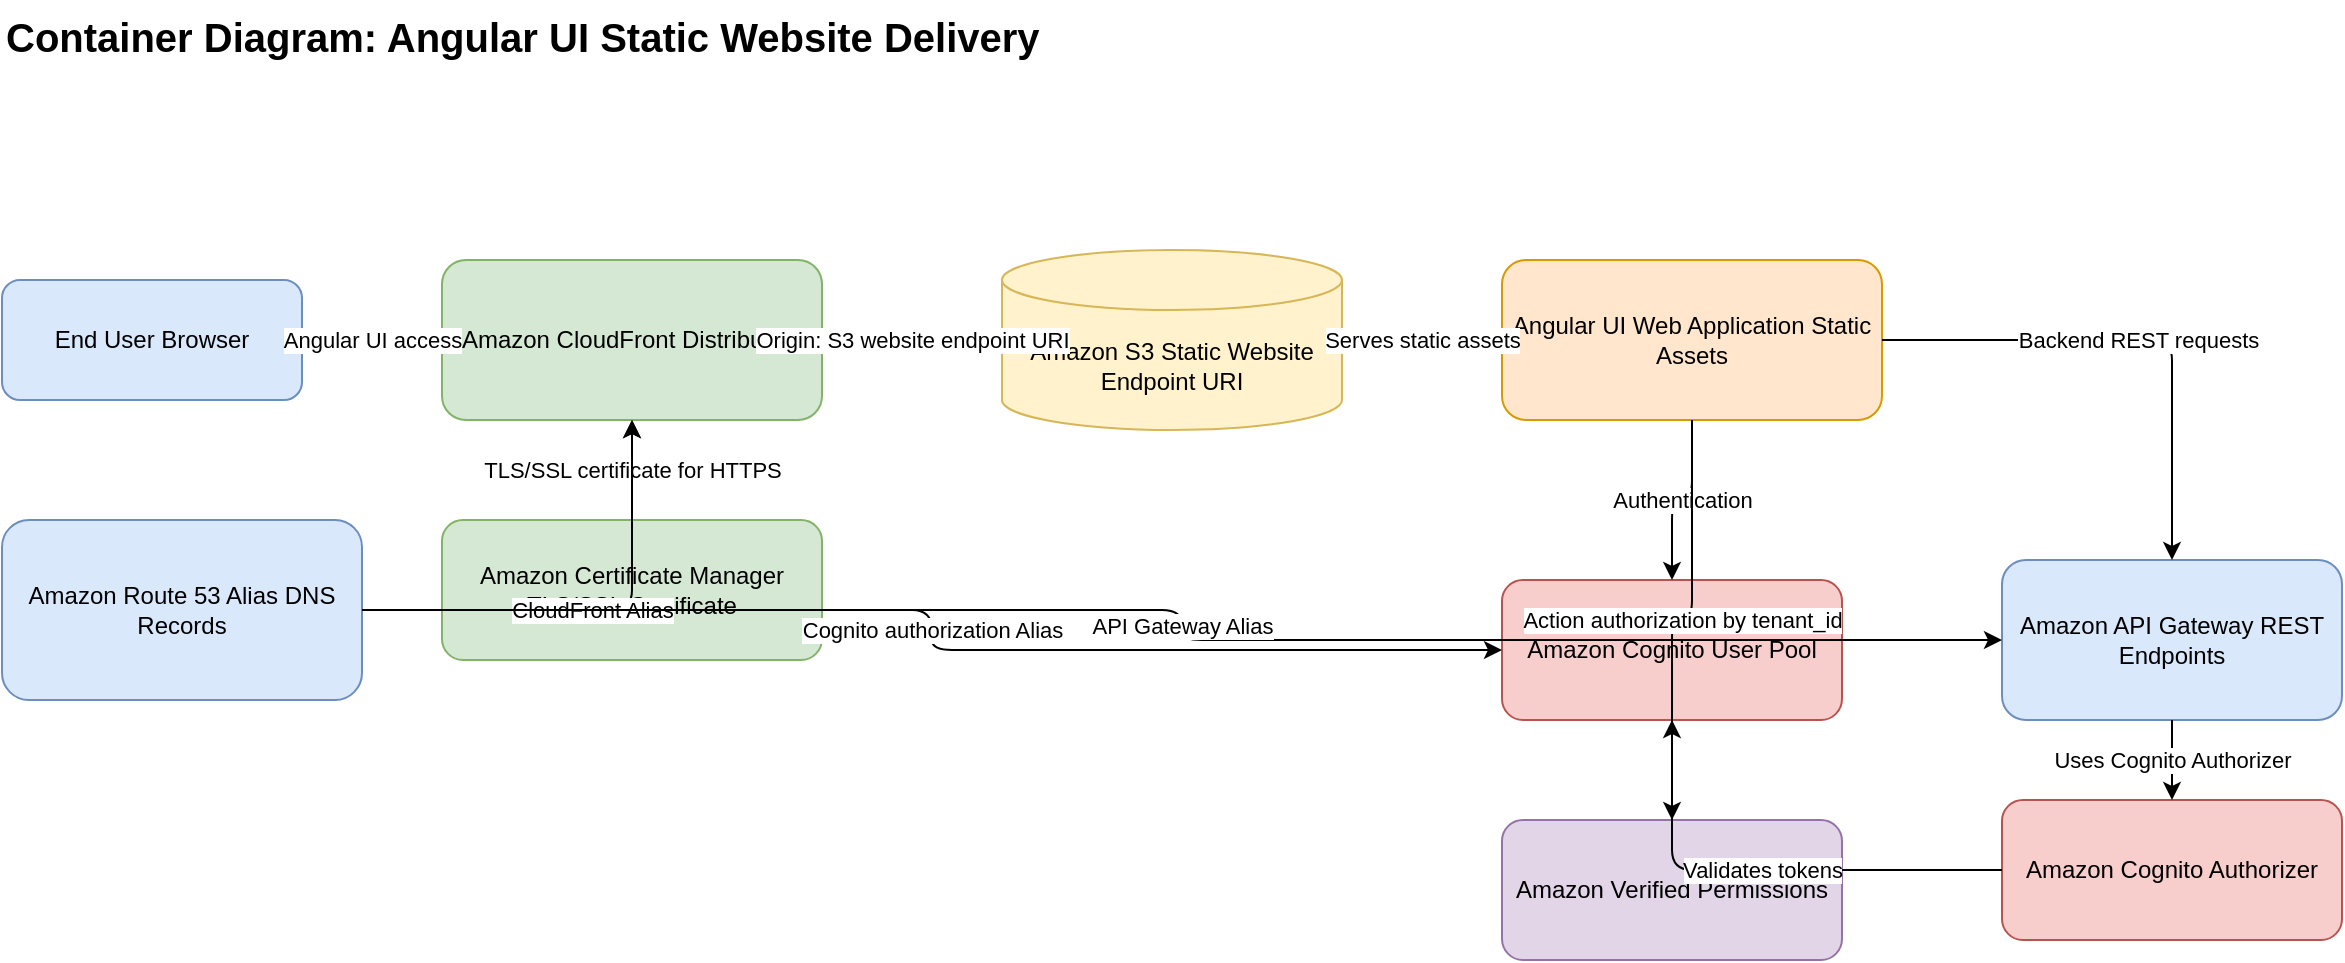
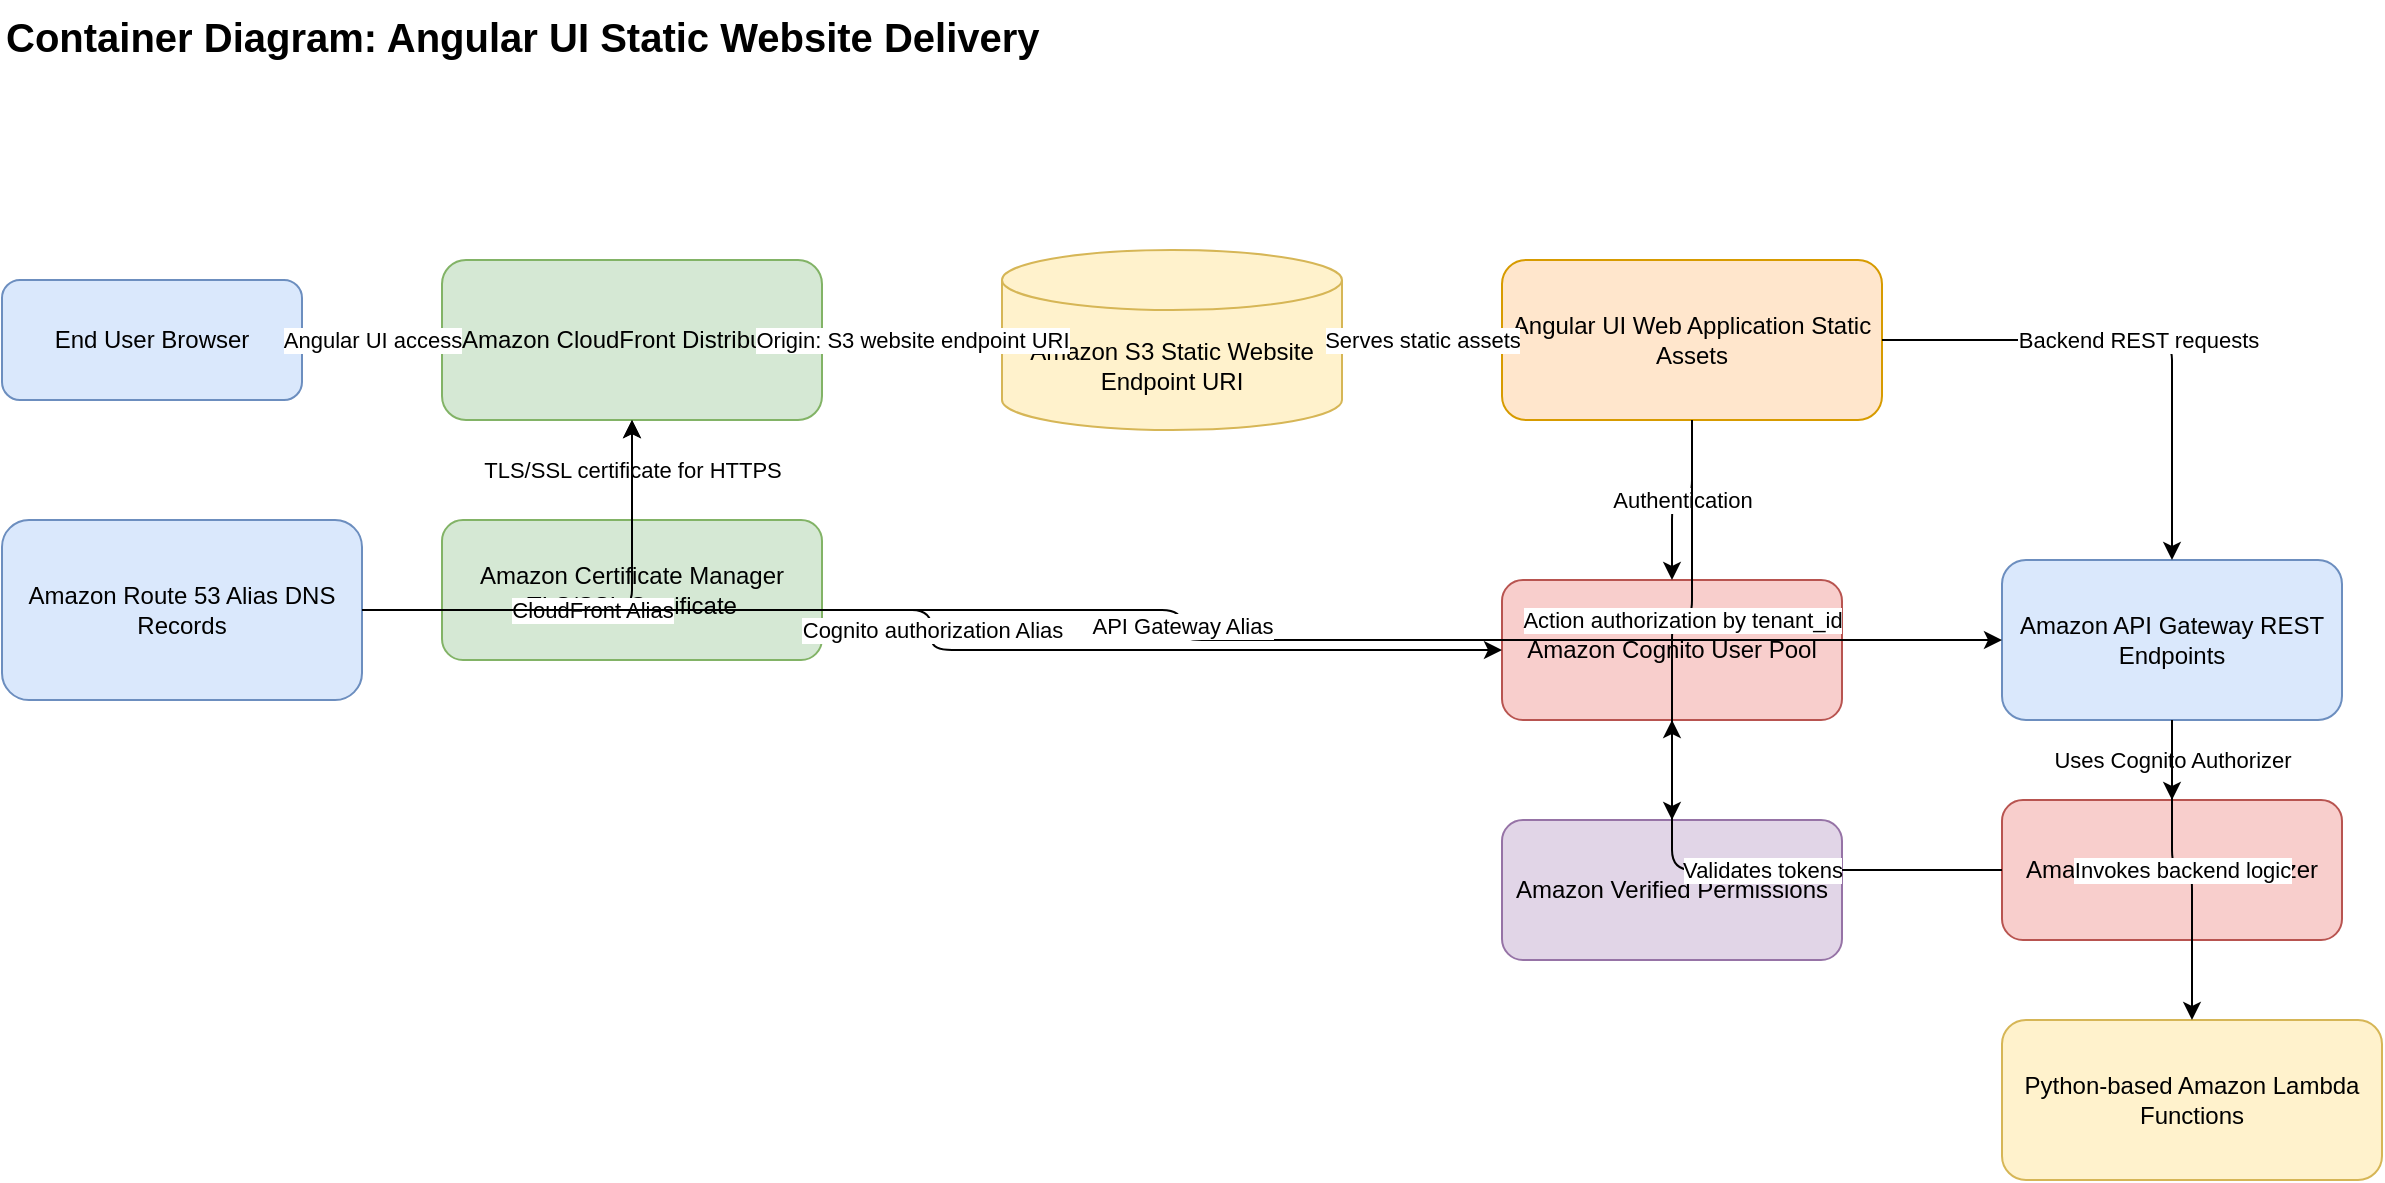
<mxGraphModel dx="1200" dy="800" grid="1" gridSize="10" guides="1" tooltips="1" connect="1" arrows="1" fold="1" page="1" pageScale="1" pageWidth="1200" pageHeight="850" math="0" shadow="0" adaptiveColors="auto">
  <root>
    <mxCell id="0"/>
    <mxCell id="1" parent="0"/>
    <mxCell id="title" value="Container Diagram: Angular UI Static Website Delivery" style="text;html=1;fontSize=20;fontStyle=1;strokeColor=none;fillColor=none;" vertex="1" parent="1">
      <mxGeometry x="40" y="20" width="600" height="40" as="geometry"/>
    </mxCell>
    <mxCell id="user" value="End User Browser" style="rounded=1;whiteSpace=wrap;html=1;fillColor=#dae8fc;strokeColor=#6c8ebf;" vertex="1" parent="1">
      <mxGeometry x="40" y="160" width="150" height="60" as="geometry"/>
    </mxCell>
    <mxCell id="cloudfront" value="Amazon CloudFront Distribution" style="rounded=1;whiteSpace=wrap;html=1;fillColor=#d5e8d4;strokeColor=#82b366;" vertex="1" parent="1">
      <mxGeometry x="260" y="150" width="190" height="80" as="geometry"/>
    </mxCell>
    <mxCell id="route53" value="Amazon Route 53 Alias DNS Records" style="rounded=1;whiteSpace=wrap;html=1;fillColor=#dae8fc;strokeColor=#6c8ebf;" vertex="1" parent="1">
      <mxGeometry x="40" y="280" width="180" height="90" as="geometry"/>
    </mxCell>
    <mxCell id="s3" value="Amazon S3 Static Website Endpoint URI" style="shape=cylinder3;whiteSpace=wrap;html=1;boundedLbl=1;backgroundOutline=1;size=15;fillColor=#fff2cc;strokeColor=#d6b656;" vertex="1" parent="1">
      <mxGeometry x="540" y="145" width="170" height="90" as="geometry"/>
    </mxCell>
    <mxCell id="angular" value="Angular UI Web Application Static Assets" style="rounded=1;whiteSpace=wrap;html=1;fillColor=#ffe6cc;strokeColor=#d79b00;" vertex="1" parent="1">
      <mxGeometry x="790" y="150" width="190" height="80" as="geometry"/>
    </mxCell>
    <mxCell id="cognito" value="Amazon Cognito User Pool" style="rounded=1;whiteSpace=wrap;html=1;fillColor=#f8cecc;strokeColor=#b85450;" vertex="1" parent="1">
      <mxGeometry x="790" y="310" width="170" height="70" as="geometry"/>
    </mxCell>
    <mxCell id="avp" value="Amazon Verified Permissions" style="rounded=1;whiteSpace=wrap;html=1;fillColor=#e1d5e7;strokeColor=#9673a6;" vertex="1" parent="1">
      <mxGeometry x="790" y="430" width="170" height="70" as="geometry"/>
    </mxCell>
    <mxCell id="apigw" value="Amazon API Gateway REST Endpoints" style="rounded=1;whiteSpace=wrap;html=1;fillColor=#dae8fc;strokeColor=#6c8ebf;" vertex="1" parent="1">
      <mxGeometry x="1040" y="300" width="170" height="80" as="geometry"/>
+     </mxCell>
+     <mxCell id="lambda" value="Python-based Amazon Lambda Functions" style="rounded=1;whiteSpace=wrap;html=1;fillColor=#fff2cc;strokeColor=#d6b656;" vertex="1" parent="1">
+       <mxGeometry x="1040" y="530" width="190" height="80" as="geometry"/>
    </mxCell>
    <mxCell id="cognito_authorizer" value="Amazon Cognito Authorizer" style="rounded=1;whiteSpace=wrap;html=1;fillColor=#f8cecc;strokeColor=#b85450;" vertex="1" parent="1">
      <mxGeometry x="1040" y="420" width="170" height="70" as="geometry"/>
    </mxCell>
    <mxCell id="acm" value="Amazon Certificate Manager TLS/SSL Certificate" style="rounded=1;whiteSpace=wrap;html=1;fillColor=#d5e8d4;strokeColor=#82b366;" vertex="1" parent="1">
      <mxGeometry x="260" y="280" width="190" height="70" as="geometry"/>
    </mxCell>
    <mxCell id="e1" value="Angular UI access" style="edgeStyle=orthogonalEdgeStyle;rounded=1;html=1;endArrow=classic;" edge="1" parent="1" source="user" target="cloudfront">
      <mxGeometry relative="1" as="geometry"/>
    </mxCell>
    <mxCell id="e2" value="Origin: S3 website endpoint URI" style="edgeStyle=orthogonalEdgeStyle;rounded=1;html=1;endArrow=classic;" edge="1" parent="1" source="cloudfront" target="s3">
      <mxGeometry relative="1" as="geometry"/>
    </mxCell>
    <mxCell id="e3" value="Serves static assets" style="edgeStyle=orthogonalEdgeStyle;rounded=1;html=1;endArrow=classic;" edge="1" parent="1" source="s3" target="angular">
      <mxGeometry relative="1" as="geometry"/>
    </mxCell>
    <mxCell id="e4" value="Authentication" style="edgeStyle=orthogonalEdgeStyle;rounded=1;html=1;endArrow=classic;" edge="1" parent="1" source="angular" target="cognito">
      <mxGeometry relative="1" as="geometry"/>
    </mxCell>
    <mxCell id="e5" value="Action authorization by tenant_id" style="edgeStyle=orthogonalEdgeStyle;rounded=1;html=1;endArrow=classic;" edge="1" parent="1" source="angular" target="avp">
      <mxGeometry relative="1" as="geometry"/>
    </mxCell>
    <mxCell id="e6" value="Backend REST requests" style="edgeStyle=orthogonalEdgeStyle;rounded=1;html=1;endArrow=classic;" edge="1" parent="1" source="angular" target="apigw">
      <mxGeometry relative="1" as="geometry"/>
    </mxCell>
    <mxCell id="e7" value="TLS/SSL certificate for HTTPS" style="edgeStyle=orthogonalEdgeStyle;rounded=1;html=1;endArrow=classic;" edge="1" parent="1" source="acm" target="cloudfront">
      <mxGeometry relative="1" as="geometry"/>
    </mxCell>
    <mxCell id="e8" value="CloudFront Alias" style="edgeStyle=orthogonalEdgeStyle;rounded=1;html=1;endArrow=classic;" edge="1" parent="1" source="route53" target="cloudfront">
      <mxGeometry relative="1" as="geometry"/>
    </mxCell>
    <mxCell id="e9" value="Cognito authorization Alias" style="edgeStyle=orthogonalEdgeStyle;rounded=1;html=1;endArrow=classic;" edge="1" parent="1" source="route53" target="cognito">
      <mxGeometry relative="1" as="geometry"/>
    </mxCell>
    <mxCell id="e10" value="API Gateway Alias" style="edgeStyle=orthogonalEdgeStyle;rounded=1;html=1;endArrow=classic;" edge="1" parent="1" source="route53" target="apigw">
      <mxGeometry relative="1" as="geometry"/>
    </mxCell>
    <mxCell id="e11" value="Uses Cognito Authorizer" style="edgeStyle=orthogonalEdgeStyle;rounded=1;html=1;endArrow=classic;" edge="1" parent="1" source="apigw" target="cognito_authorizer">
      <mxGeometry relative="1" as="geometry"/>
    </mxCell>
    <mxCell id="e12" value="Validates tokens" style="edgeStyle=orthogonalEdgeStyle;rounded=1;html=1;endArrow=classic;" edge="1" parent="1" source="cognito_authorizer" target="cognito">
      <mxGeometry relative="1" as="geometry"/>
    </mxCell>
+     <mxCell id="e13" value="Invokes backend logic" style="edgeStyle=orthogonalEdgeStyle;rounded=1;html=1;endArrow=classic;" edge="1" parent="1" source="apigw" target="lambda">
+       <mxGeometry relative="1" as="geometry"/>
+     </mxCell>
  </root>
</mxGraphModel>
